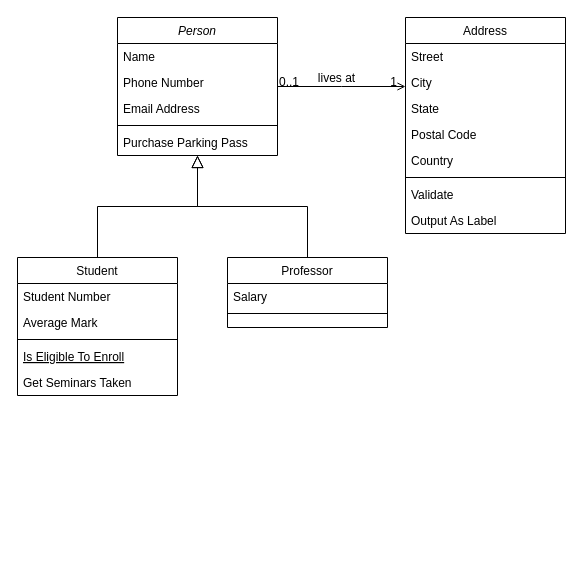
This is ops-project_1.0.0.drawio from Pmp4/erd, a draw.io file, before an edit. Source tidied: cells renumbered, new cells numbered last; positions are measured from the earlier drawing's top-left corner, leaving out a move shared by most shapes. Both pictures are drawn from the tidied source at 100%, with x=0, y=0 at pixel (17, 17).
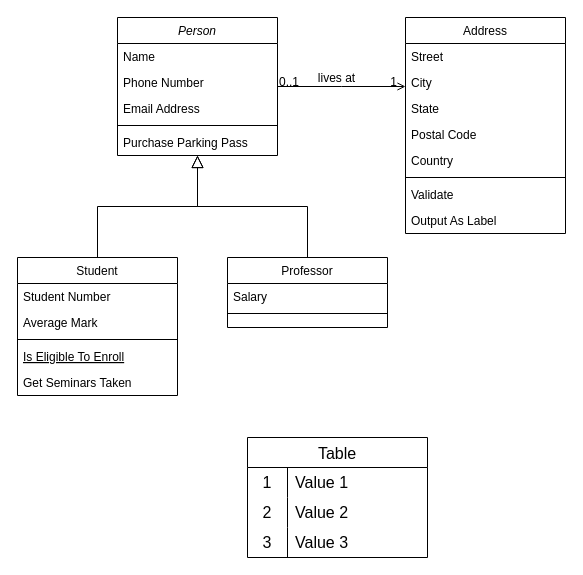
The same page after the edit.

The edit, as a diff of the source:
```diff
@@
+    <mxCell id="32" value="Table" style="shape=table;startSize=30;childLayout=tableLayout;rowLines=0;fontStyle=0;strokeColor=default;fontSize=16;" parent="1" vertex="1">
+      <mxGeometry x="230" y="420" width="180" height="120" as="geometry" />
+    </mxCell>
+    <mxCell id="33" style="shape=tableRow;horizontal=0;startSize=0;swimlaneHead=0;swimlaneBody=0;top=0;left=0;bottom=0;right=0;fillColor=none;strokeColor=inherit;fontSize=16;" parent="32" vertex="1">
+      <mxGeometry y="30" width="180" height="30" as="geometry" />
+    </mxCell>
+    <mxCell id="34" value="1" style="shape=partialRectangle;html=1;whiteSpace=wrap;fillColor=none;top=0;left=0;bottom=0;right=0;overflow=hidden;strokeColor=inherit;fontSize=16;" parent="33" vertex="1">
+      <mxGeometry width="40" height="30" as="geometry" />
+    </mxCell>
+    <mxCell id="35" value="Value 1" style="shape=partialRectangle;html=1;whiteSpace=wrap;fillColor=none;top=0;left=0;bottom=0;right=0;align=left;spacingLeft=6;overflow=hidden;strokeColor=inherit;fontSize=16;" parent="33" vertex="1">
+      <mxGeometry x="40" width="140" height="30" as="geometry" />
+    </mxCell>
+    <mxCell id="36" style="shape=tableRow;horizontal=0;startSize=0;swimlaneHead=0;swimlaneBody=0;top=0;left=0;bottom=0;right=0;fillColor=none;strokeColor=inherit;fontSize=16;" parent="32" vertex="1">
+      <mxGeometry y="60" width="180" height="30" as="geometry" />
+    </mxCell>
+    <mxCell id="37" value="2" style="shape=partialRectangle;html=1;whiteSpace=wrap;fillColor=none;top=0;left=0;bottom=0;right=0;overflow=hidden;strokeColor=inherit;fontSize=16;" parent="36" vertex="1">
+      <mxGeometry width="40" height="30" as="geometry" />
+    </mxCell>
+    <mxCell id="38" value="Value 2" style="shape=partialRectangle;html=1;whiteSpace=wrap;fillColor=none;top=0;left=0;bottom=0;right=0;align=left;spacingLeft=6;overflow=hidden;strokeColor=inherit;fontSize=16;" parent="36" vertex="1">
+      <mxGeometry x="40" width="140" height="30" as="geometry" />
+    </mxCell>
+    <mxCell id="39" style="shape=tableRow;horizontal=0;startSize=0;swimlaneHead=0;swimlaneBody=0;top=0;left=0;bottom=0;right=0;fillColor=none;strokeColor=inherit;fontSize=16;" parent="32" vertex="1">
+      <mxGeometry y="90" width="180" height="30" as="geometry" />
+    </mxCell>
+    <mxCell id="40" value="3" style="shape=partialRectangle;html=1;whiteSpace=wrap;fillColor=none;top=0;left=0;bottom=0;right=0;overflow=hidden;strokeColor=inherit;fontSize=16;" parent="39" vertex="1">
+      <mxGeometry width="40" height="30" as="geometry" />
+    </mxCell>
+    <mxCell id="41" value="Value 3" style="shape=partialRectangle;html=1;whiteSpace=wrap;fillColor=none;top=0;left=0;bottom=0;right=0;align=left;spacingLeft=6;overflow=hidden;strokeColor=inherit;fontSize=16;" parent="39" vertex="1">
+      <mxGeometry x="40" width="140" height="30" as="geometry" />
+    </mxCell>
```
